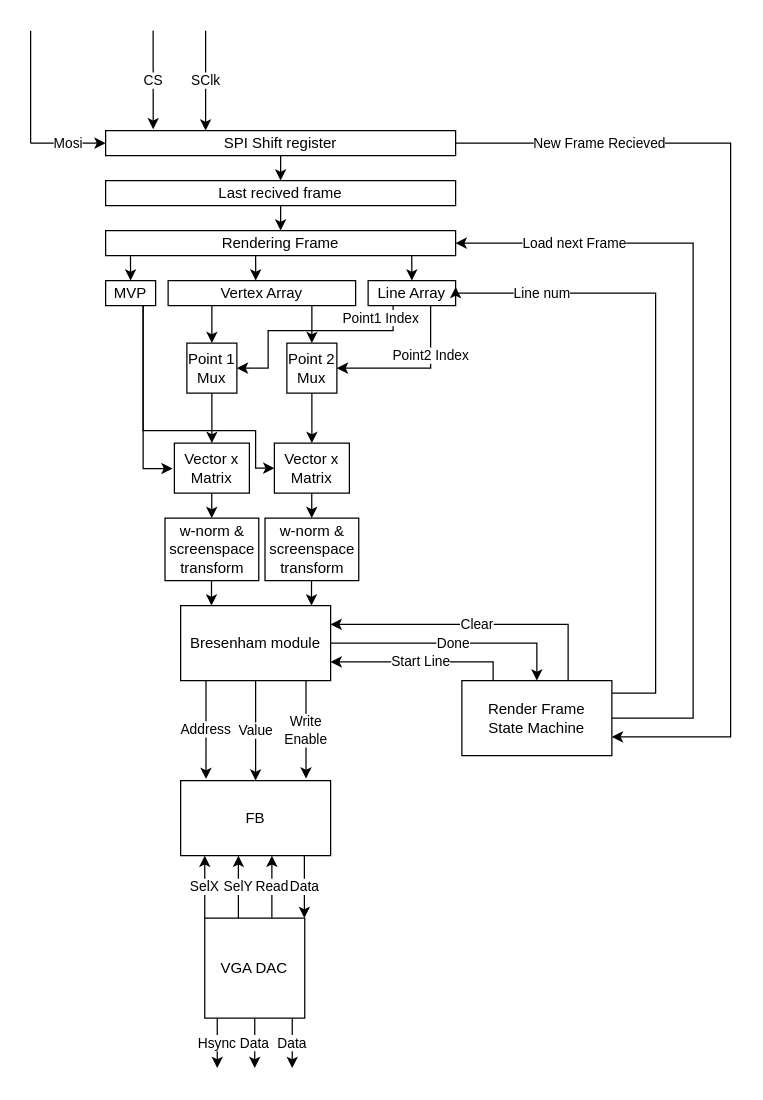
Before: fpga/Minimal_FPGA_implementation_chart.drawio in halworsen/tdt4295-grafikk, a draw.io diagram. Source tidied: cells renumbered, new cells numbered last; positions are measured from the earlier drawing's top-left corner, leaving out a move shared by most shapes. Both pictures are drawn from the tidied source at 125%, with x=0, y=0 at pixel (30, 30).
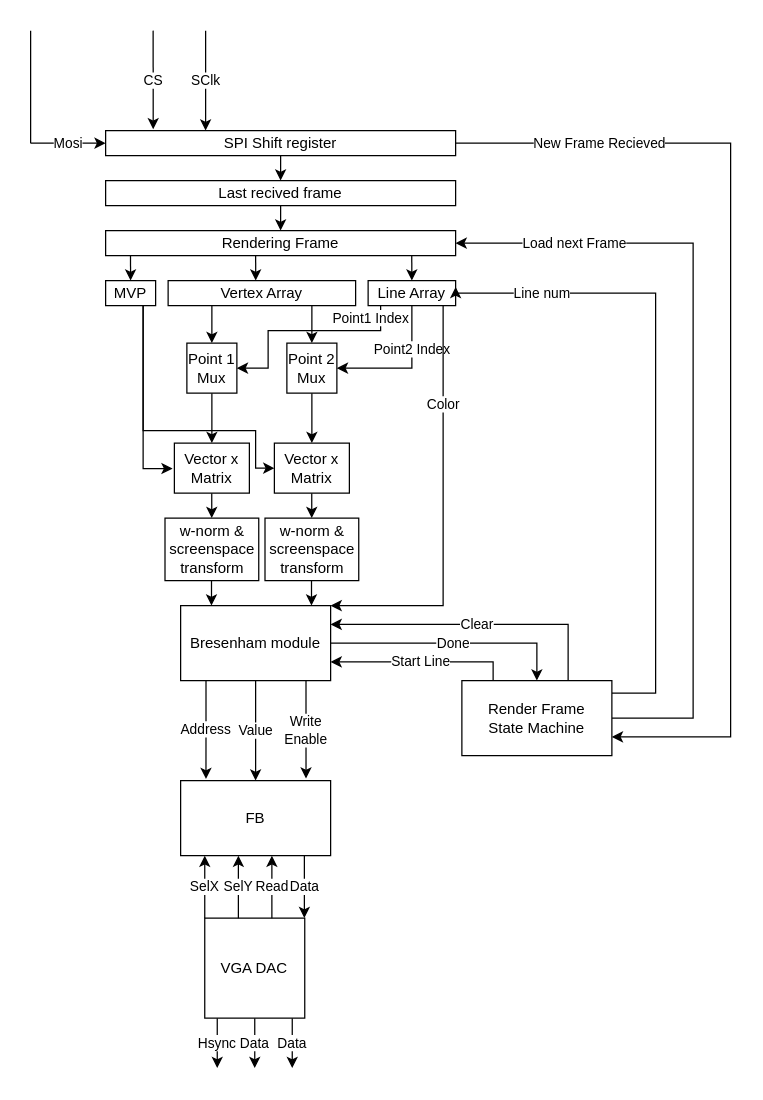
After the change.

Commit message:
Add color from line array

Unchanged cells that the change refers to:
```xml
<mxCell id="20" value="Line Array" style="rounded=0;whiteSpace=wrap;html=1;" parent="1" vertex="1">
  <mxGeometry x="270" y="200" width="70" height="20" as="geometry" />
</mxCell>
<mxCell id="25" value="Point 1 Mux" style="whiteSpace=wrap;html=1;" parent="1" vertex="1">
  <mxGeometry x="125" y="250" width="40" height="40" as="geometry" />
</mxCell>
<mxCell id="27" value="&lt;div&gt;Point 2&lt;/div&gt;&lt;div&gt; Mux&lt;/div&gt;" style="whiteSpace=wrap;html=1;" parent="1" vertex="1">
  <mxGeometry x="205" y="250" width="40" height="40" as="geometry" />
</mxCell>
<mxCell id="32" value="Bresenham module" style="rounded=0;whiteSpace=wrap;html=1;" parent="1" vertex="1">
  <mxGeometry x="120" y="460" width="120" height="60" as="geometry" />
</mxCell>
```

The edit, as a diff of the source:
```diff
@@
     <mxCell id="18" value="Point1 Index" style="edgeStyle=orthogonalEdgeStyle;rounded=0;jettySize=auto;html=1;entryX=1;entryY=0.5;entryDx=0;entryDy=0;jumpStyle=none;" parent="1" edge="1" source="20" target="25">
       <mxGeometry x="-0.66" y="-10" relative="1" as="geometry">
         <Array as="points">
-          <mxPoint x="290" y="240" />
+          <mxPoint x="280" y="240" />
           <mxPoint x="190" y="240" />
           <mxPoint x="190" y="270" />
         </Array>
       </mxGeometry>
     </mxCell>
     <mxCell id="19" value="Point2 Index" style="edgeStyle=orthogonalEdgeStyle;rounded=0;jettySize=auto;html=1;entryX=1;entryY=0.5;entryDx=0;entryDy=0;" parent="1" edge="1" source="20" target="27">
       <mxGeometry x="-0.36" relative="1" as="geometry">
         <Array as="points">
-          <mxPoint x="320" y="270" />
+          <mxPoint x="305" y="270" />
         </Array>
       </mxGeometry>
     </mxCell>
+    <mxCell id="55" value="Color" style="edgeStyle=orthogonalEdgeStyle;rounded=0;jettySize=auto;html=1;entryX=1;entryY=0;entryDx=0;entryDy=0;" parent="1" edge="1" source="20" target="32">
+      <mxGeometry x="-0.52" relative="1" as="geometry">
+        <Array as="points">
+          <mxPoint x="330" y="460" />
+        </Array>
+      </mxGeometry>
+    </mxCell>
```
